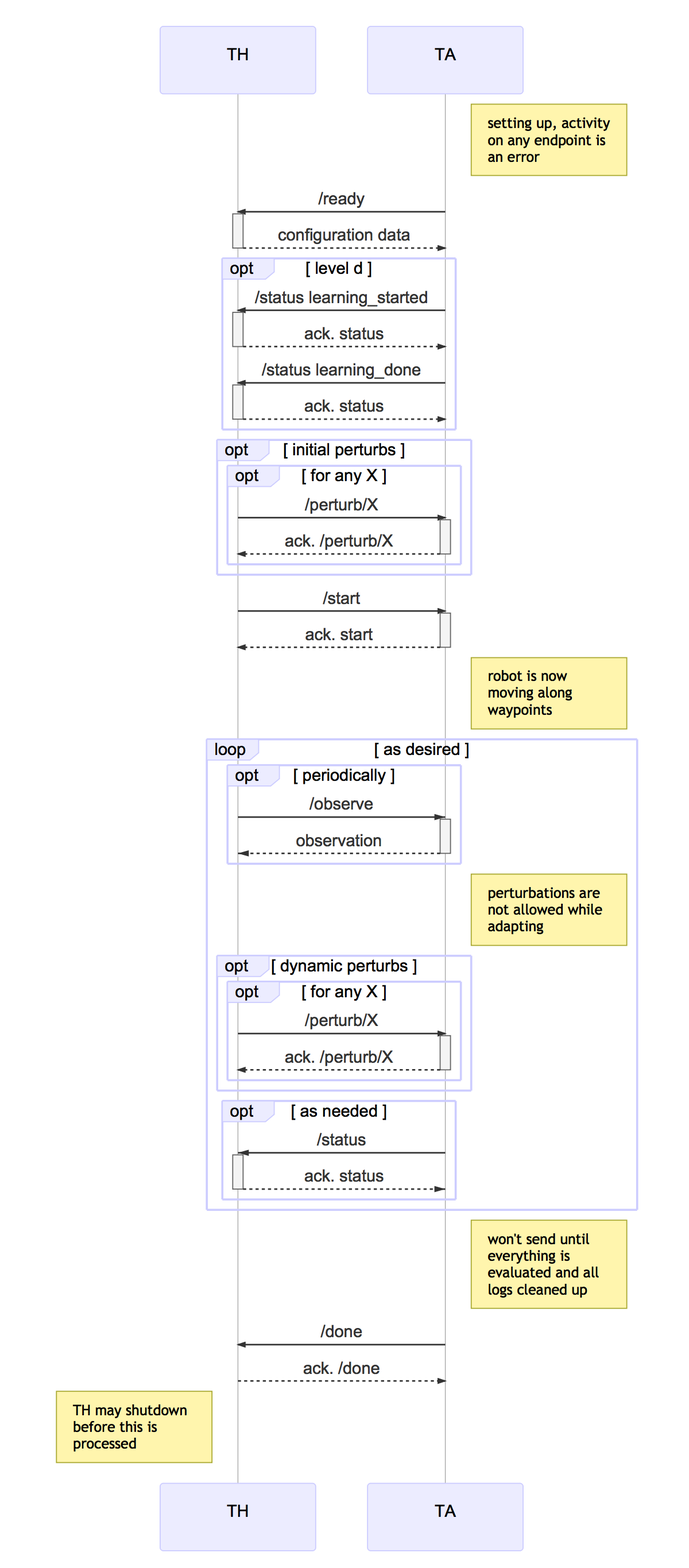
Before: documents/sequences/cp1.mmd.png, a diagram exported from Mermaid (cmu-mars/cmu-robotics). Its source is kept beside it as documents/sequences/cp1.mmd.
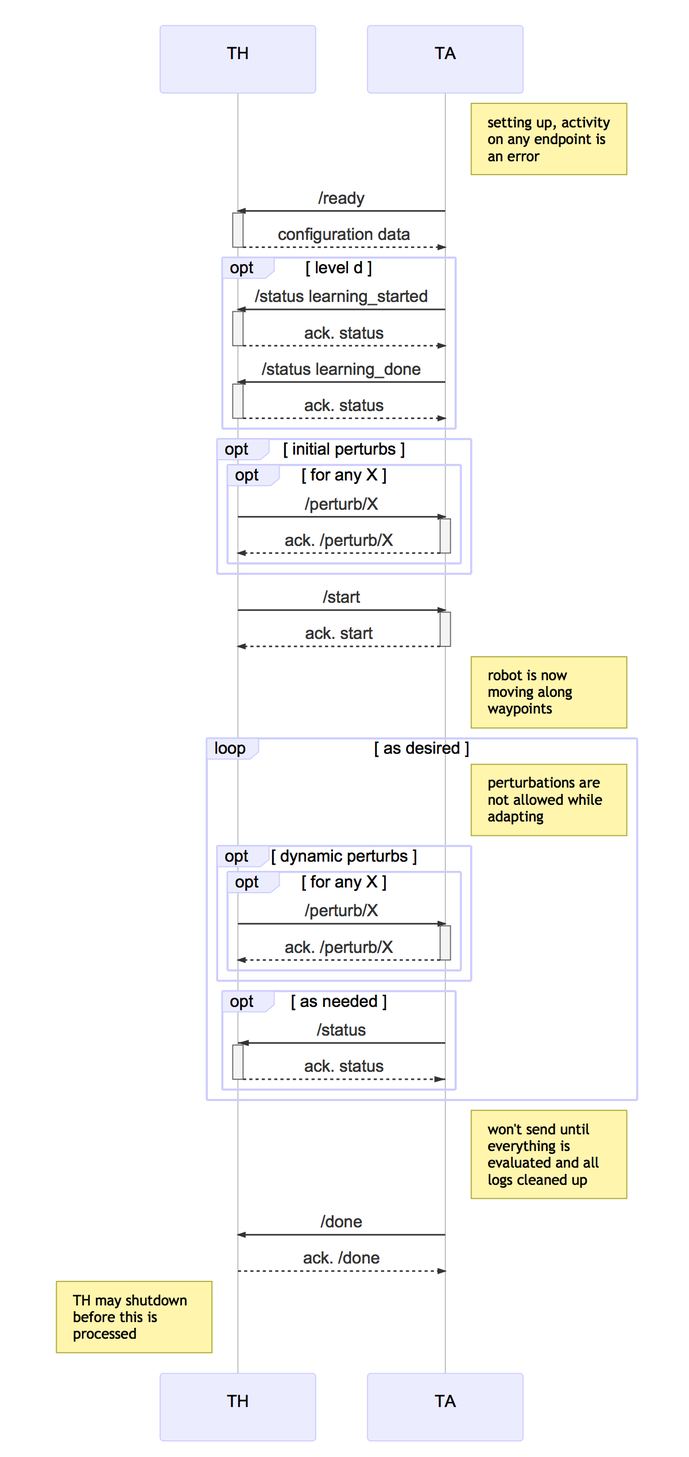
Later version of the same file.

Diff of the diagram source:
```diff
@@ -27,11 +27,6 @@
         Note right of TA: robot is now moving along waypoints
 
         loop as desired
-                opt periodically
-                    TH -x+ TA: /observe
-                    TA --x- TH: observation
-                end
-
 		Note right of TA: perturbations are not allowed while adapting
                 opt dynamic perturbs
                             opt for any X
```
